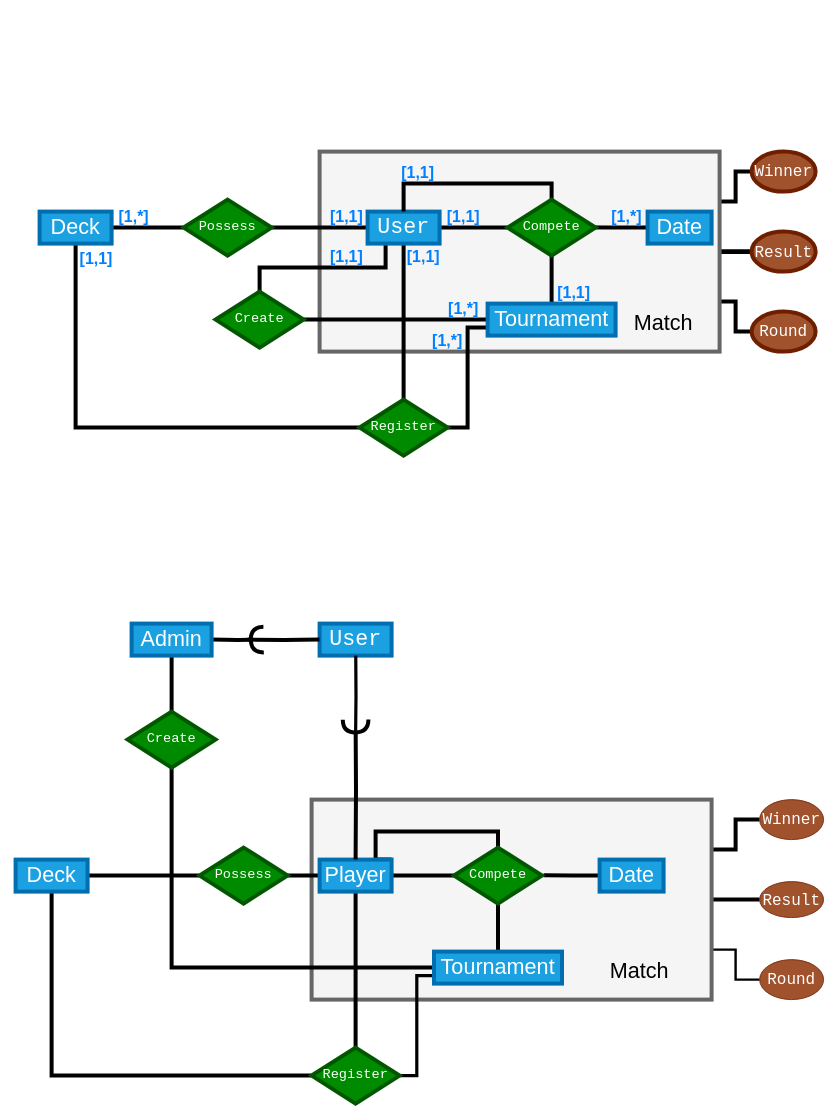
Earlier version of the draw.io diagram img/Diagrama sin título.drawio (davidalba2001/Numeric-Methods). Source tidied: cells renumbered, new cells numbered last; positions are measured from the earlier drawing's top-left corner, leaving out a move shared by most shapes. Both pictures are drawn from the tidied source at 80%, with x=0, y=0 at pixel (15, 151).
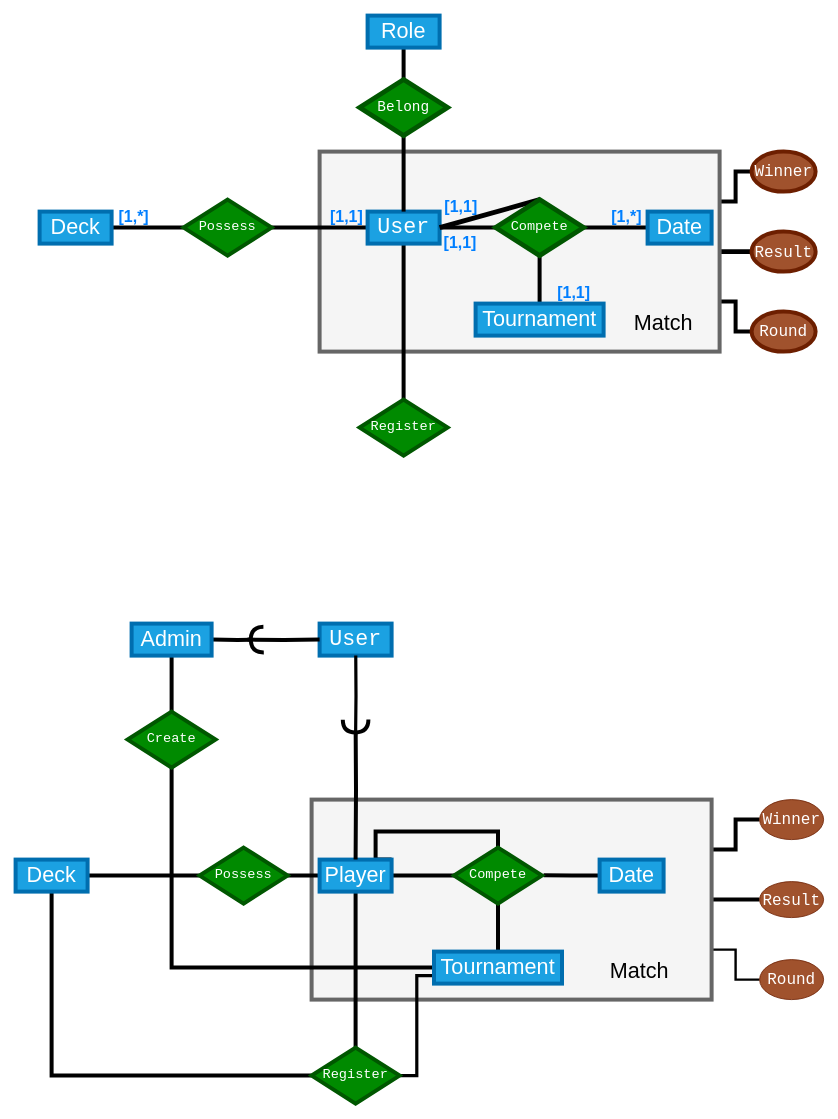
Above is the later version.

Unchanged cells that the change refers to:
```xml
<mxCell id="8" value="&lt;font style=&quot;font-size: 27px;&quot;&gt;Deck&lt;/font&gt;" style="rounded=0;whiteSpace=wrap;html=1;fillColor=#1ba1e2;strokeColor=#006EAF;fontColor=#ffffff;strokeWidth=5;" parent="1" vertex="1">
  <mxGeometry x="30" y="75" width="90" height="40" as="geometry" />
</mxCell>
<mxCell id="17" value="&lt;pre dir=&quot;ltr&quot; style=&quot;text-align: left; line-height: 100%; font-size: 27px;&quot; id=&quot;tw-target-text&quot; class=&quot;tw-data-text tw-text-large tw-ta&quot;&gt;&lt;font style=&quot;font-size: 27px;&quot;&gt;User&lt;/font&gt;&lt;/pre&gt;" style="rounded=0;whiteSpace=wrap;html=1;fillColor=#1ba1e2;strokeColor=#006EAF;fontColor=#ffffff;strokeWidth=5;" parent="1" vertex="1">
  <mxGeometry x="440" y="75" width="90" height="40" as="geometry" />
</mxCell>
<mxCell id="20" value="&lt;font style=&quot;font-size: 27px;&quot;&gt;Date&lt;/font&gt;" style="rounded=0;whiteSpace=wrap;html=1;fillColor=#1ba1e2;strokeColor=#006EAF;fontColor=#ffffff;perimeterSpacing=0;strokeWidth=5;" parent="1" vertex="1">
  <mxGeometry x="790" y="75" width="80" height="40" as="geometry" />
</mxCell>
<mxCell id="28" value="&lt;pre dir=&quot;ltr&quot; style=&quot;text-align: left; font-size: 17px;&quot; id=&quot;tw-target-text&quot; class=&quot;tw-data-text tw-text-large tw-ta&quot;&gt;Register&lt;/pre&gt;" style="rhombus;whiteSpace=wrap;html=1;fillColor=#008a00;fontColor=#ffffff;strokeColor=#005700;strokeWidth=5;" parent="1" vertex="1">
  <mxGeometry x="430" y="310" width="110" height="70" as="geometry" />
</mxCell>
```

Change to the diagram source:
```diff
@@
-    <mxCell id="7" style="edgeStyle=orthogonalEdgeStyle;rounded=0;jettySize=auto;html=1;exitX=0.5;exitY=1;exitDx=0;exitDy=0;entryX=0;entryY=0.5;entryDx=0;entryDy=0;strokeWidth=5;endArrow=none;endFill=0;" parent="1" edge="1" source="8" target="28">
-      <mxGeometry relative="1" as="geometry" />
-    </mxCell>
@@
-    <mxCell id="9" style="edgeStyle=orthogonalEdgeStyle;rounded=0;jettySize=auto;html=1;exitX=0.5;exitY=0;exitDx=0;exitDy=0;entryX=0.5;entryY=1;entryDx=0;entryDy=0;strokeWidth=5;endArrow=none;endFill=0;" parent="1" edge="1" source="12" target="23">
+    <mxCell id="9" style="edgeStyle=orthogonalEdgeStyle;rounded=0;jettySize=auto;html=1;endArrow=none;endFill=0;strokeWidth=5;" parent="1" edge="1" source="12" target="23">
       <mxGeometry relative="1" as="geometry" />
     </mxCell>
-    <mxCell id="10" style="edgeStyle=orthogonalEdgeStyle;rounded=0;jettySize=auto;html=1;exitX=0;exitY=0.75;exitDx=0;exitDy=0;entryX=1;entryY=0.5;entryDx=0;entryDy=0;strokeWidth=5;endArrow=none;endFill=0;" parent="1" edge="1" source="12" target="28">
-      <mxGeometry relative="1" as="geometry" />
-    </mxCell>
-    <mxCell id="11" style="edgeStyle=orthogonalEdgeStyle;rounded=0;jettySize=auto;html=1;exitX=0;exitY=0.5;exitDx=0;exitDy=0;entryX=1;entryY=0.5;entryDx=0;entryDy=0;strokeWidth=5;endArrow=none;endFill=0;" parent="1" edge="1" source="12" target="29">
-      <mxGeometry relative="1" as="geometry" />
-    </mxCell>
     <mxCell id="12" value="&lt;font style=&quot;font-size: 27px;&quot;&gt;Tournament&lt;/font&gt;" style="rounded=0;whiteSpace=wrap;html=1;fillColor=#1ba1e2;strokeColor=#006EAF;fontColor=#ffffff;strokeWidth=5;" parent="1" vertex="1">
-      <mxGeometry x="590" y="190" width="160" height="40" as="geometry" />
+      <mxGeometry x="575" y="190" width="160" height="40" as="geometry" />
     </mxCell>
-    <mxCell id="13" style="edgeStyle=orthogonalEdgeStyle;rounded=0;jettySize=auto;html=1;entryX=0;entryY=0.5;entryDx=0;entryDy=0;strokeWidth=5;endArrow=none;endFill=0;" parent="1" edge="1" source="17" target="23">
-      <mxGeometry relative="1" as="geometry" />
-    </mxCell>
@@
-    <mxCell id="16" style="edgeStyle=orthogonalEdgeStyle;rounded=0;jettySize=auto;html=1;exitX=0.25;exitY=1;exitDx=0;exitDy=0;entryX=0.5;entryY=0;entryDx=0;entryDy=0;strokeWidth=5;endArrow=none;endFill=0;" parent="1" edge="1" source="17" target="29">
-      <mxGeometry relative="1" as="geometry" />
-    </mxCell>
+    <mxCell id="81" style="edgeStyle=orthogonalEdgeStyle;rounded=0;jettySize=auto;html=1;endArrow=none;endFill=0;strokeWidth=5;" parent="1" edge="1" source="17">
+      <mxGeometry relative="1" as="geometry">
+        <mxPoint x="600" y="95" as="targetPoint" />
+      </mxGeometry>
+    </mxCell>
@@
-    <mxCell id="18" style="edgeStyle=orthogonalEdgeStyle;rounded=0;jettySize=auto;html=1;exitX=0;exitY=0.5;exitDx=0;exitDy=0;" parent="1" edge="1" source="20">
-      <mxGeometry relative="1" as="geometry">
-        <mxPoint x="670" y="95.1" as="targetPoint" />
-      </mxGeometry>
-    </mxCell>
-    <mxCell id="19" style="edgeStyle=orthogonalEdgeStyle;rounded=0;jettySize=auto;html=1;exitX=0;exitY=0.5;exitDx=0;exitDy=0;endArrow=none;endFill=0;strokeWidth=5;" parent="1" edge="1" source="20">
-      <mxGeometry relative="1" as="geometry">
-        <mxPoint x="690" y="94.7" as="targetPoint" />
-      </mxGeometry>
-    </mxCell>
+    <mxCell id="82" style="edgeStyle=orthogonalEdgeStyle;rounded=0;jettySize=auto;html=1;entryX=1;entryY=0.5;entryDx=0;entryDy=0;endArrow=none;endFill=0;strokeWidth=5;" parent="1" edge="1" source="20">
+      <mxGeometry relative="1" as="geometry">
+        <mxPoint x="710" y="95" as="targetPoint" />
+      </mxGeometry>
+    </mxCell>
@@
-    <mxCell id="21" style="edgeStyle=orthogonalEdgeStyle;rounded=0;orthogonalLoop=1;jettySize=auto;html=1;exitX=1;exitY=0.5;exitDx=0;exitDy=0;entryX=1;entryY=0.5;entryDx=0;entryDy=0;" parent="1" edge="1" source="23" target="23">
-      <mxGeometry relative="1" as="geometry" />
+    <mxCell id="21" style="edgeStyle=orthogonalEdgeStyle;rounded=0;orthogonalLoop=1;jettySize=auto;html=1;exitX=1;exitY=0.5;exitDx=0;exitDy=0;entryX=1;entryY=0.5;entryDx=0;entryDy=0;" parent="1" edge="1">
+      <mxGeometry relative="1" as="geometry">
+        <mxPoint x="725" y="95" as="sourcePoint" />
+        <mxPoint x="725" y="95" as="targetPoint" />
+      </mxGeometry>
     </mxCell>
-    <mxCell id="22" style="edgeStyle=orthogonalEdgeStyle;rounded=0;jettySize=auto;html=1;exitX=0.5;exitY=0;exitDx=0;exitDy=0;entryX=0.5;entryY=0;entryDx=0;entryDy=0;strokeWidth=5;endArrow=none;endFill=0;" parent="1" edge="1" source="23" target="17">
-      <mxGeometry relative="1" as="geometry" />
-    </mxCell>
-    <mxCell id="23" value="&lt;pre dir=&quot;ltr&quot; style=&quot;text-align:left&quot; id=&quot;tw-target-text&quot; class=&quot;tw-data-text tw-text-large tw-ta&quot;&gt;&lt;span style=&quot;font-size: 17px;&quot; lang=&quot;en&quot; class=&quot;Y2IQFc&quot;&gt;Compete&lt;/span&gt;&lt;/pre&gt;" style="rhombus;whiteSpace=wrap;html=1;fillColor=#008a00;fontColor=#ffffff;strokeColor=#005700;strokeWidth=5;" parent="1" vertex="1">
-      <mxGeometry x="615" y="60" width="110" height="70" as="geometry" />
-    </mxCell>
-    <mxCell id="24" style="edgeStyle=orthogonalEdgeStyle;rounded=0;orthogonalLoop=1;jettySize=auto;html=1;exitX=0.5;exitY=1;exitDx=0;exitDy=0;" parent="1" edge="1" source="23" target="23">
-      <mxGeometry relative="1" as="geometry" />
+    <mxCell id="24" style="edgeStyle=orthogonalEdgeStyle;rounded=0;orthogonalLoop=1;jettySize=auto;html=1;exitX=0.5;exitY=1;exitDx=0;exitDy=0;" parent="1" edge="1">
+      <mxGeometry relative="1" as="geometry">
+        <mxPoint x="670" y="130" as="sourcePoint" />
+        <mxPoint x="670" y="130" as="targetPoint" />
+      </mxGeometry>
     </mxCell>
@@
-    <mxCell id="29" value="&lt;pre dir=&quot;ltr&quot; style=&quot;text-align: left; font-size: 17px;&quot; id=&quot;tw-target-text&quot; class=&quot;tw-data-text tw-text-large tw-ta&quot;&gt;&lt;span lang=&quot;en&quot; class=&quot;Y2IQFc&quot; style=&quot;font-size: 17px;&quot;&gt;Create&lt;/span&gt;&lt;/pre&gt;" style="rhombus;whiteSpace=wrap;html=1;fontSize=17;fillColor=#008a00;fontColor=#ffffff;strokeColor=#005700;strokeWidth=5;" parent="1" vertex="1">
-      <mxGeometry x="250" y="175" width="110" height="70" as="geometry" />
-    </mxCell>
@@
     <mxCell id="72" value="&lt;b&gt;&lt;font color=&quot;#007fff&quot; style=&quot;font-size: 20px;&quot;&gt;[1,1]&lt;/font&gt;&lt;/b&gt;" style="text;html=1;strokeColor=none;fillColor=none;align=center;verticalAlign=middle;whiteSpace=wrap;rounded=0;" parent="1" vertex="1">
-      <mxGeometry x="540" y="70" width="40" height="20" as="geometry" />
+      <mxGeometry x="536" y="103" width="40" height="20" as="geometry" />
     </mxCell>
     <mxCell id="73" value="&lt;b&gt;&lt;font color=&quot;#007fff&quot; style=&quot;font-size: 20px;&quot;&gt;[1,1]&lt;/font&gt;&lt;/b&gt;" style="text;html=1;strokeColor=none;fillColor=none;align=center;verticalAlign=middle;whiteSpace=wrap;rounded=0;" parent="1" vertex="1">
-      <mxGeometry x="483" y="15" width="40" height="20" as="geometry" />
+      <mxGeometry x="537" y="58" width="40" height="20" as="geometry" />
     </mxCell>
@@
-    <mxCell id="75" value="&lt;b&gt;&lt;font color=&quot;#007fff&quot; style=&quot;font-size: 20px;&quot;&gt;[1,*]&lt;/font&gt;&lt;/b&gt;" style="text;html=1;strokeColor=none;fillColor=none;align=center;verticalAlign=middle;whiteSpace=wrap;rounded=0;" parent="1" vertex="1">
-      <mxGeometry x="520" y="225" width="40" height="20" as="geometry" />
-    </mxCell>
@@
-    <mxCell id="77" value="&lt;b&gt;&lt;font color=&quot;#007fff&quot; style=&quot;font-size: 20px;&quot;&gt;[1,*]&lt;/font&gt;&lt;/b&gt;" style="text;html=1;strokeColor=none;fillColor=none;align=center;verticalAlign=middle;whiteSpace=wrap;rounded=0;" parent="1" vertex="1">
-      <mxGeometry x="540" y="185" width="40" height="20" as="geometry" />
-    </mxCell>
-    <mxCell id="78" value="&lt;b&gt;&lt;font color=&quot;#007fff&quot; style=&quot;font-size: 20px;&quot;&gt;[1,1]&lt;/font&gt;&lt;/b&gt;" style="text;html=1;strokeColor=none;fillColor=none;align=center;verticalAlign=middle;whiteSpace=wrap;rounded=0;" parent="1" vertex="1">
-      <mxGeometry x="394" y="120" width="40" height="20" as="geometry" />
-    </mxCell>
-    <mxCell id="79" value="&lt;b&gt;&lt;font color=&quot;#007fff&quot; style=&quot;font-size: 20px;&quot;&gt;[1,1]&lt;/font&gt;&lt;/b&gt;" style="text;html=1;strokeColor=none;fillColor=none;align=center;verticalAlign=middle;whiteSpace=wrap;rounded=0;" parent="1" vertex="1">
-      <mxGeometry x="81" y="123" width="40" height="20" as="geometry" />
-    </mxCell>
-    <mxCell id="80" value="&lt;b&gt;&lt;font color=&quot;#007fff&quot; style=&quot;font-size: 20px;&quot;&gt;[1,1]&lt;/font&gt;&lt;/b&gt;" style="text;html=1;strokeColor=none;fillColor=none;align=center;verticalAlign=middle;whiteSpace=wrap;rounded=0;" parent="1" vertex="1">
-      <mxGeometry x="490" y="120" width="40" height="20" as="geometry" />
-    </mxCell>
+    <mxCell id="83" style="endArrow=none;html=1;rounded=0;entryX=0.5;entryY=0;entryDx=0;entryDy=0;exitX=1;exitY=0.5;exitDx=0;exitDy=0;targetPerimeterSpacing=1;strokeWidth=6;endSize=5;" parent="1" edge="1" source="17">
+      <mxGeometry relative="1" as="geometry">
+        <mxPoint x="655" y="60" as="targetPoint" />
+      </mxGeometry>
+    </mxCell>
+    <mxCell id="23" value="&lt;pre dir=&quot;ltr&quot; style=&quot;text-align:left&quot; id=&quot;tw-target-text&quot; class=&quot;tw-data-text tw-text-large tw-ta&quot;&gt;&lt;span style=&quot;font-size: 17px;&quot; lang=&quot;en&quot; class=&quot;Y2IQFc&quot;&gt;Compete&lt;/span&gt;&lt;/pre&gt;" style="rhombus;whiteSpace=wrap;html=1;fillColor=#008a00;fontColor=#ffffff;strokeColor=#005700;strokeWidth=6;" parent="1" vertex="1">
+      <mxGeometry x="600" y="60" width="110" height="70" as="geometry" />
+    </mxCell>
+    <mxCell id="84" style="edgeStyle=orthogonalEdgeStyle;rounded=0;jettySize=auto;html=1;endSize=10;endArrow=none;endFill=0;strokeWidth=5;" parent="1" edge="1" source="85" target="87">
+      <mxGeometry relative="1" as="geometry" />
+    </mxCell>
+    <mxCell id="85" value="&lt;font style=&quot;font-size: 27px;&quot;&gt;Role&lt;/font&gt;" style="rounded=0;whiteSpace=wrap;html=1;fillColor=#1ba1e2;strokeColor=#006EAF;fontColor=#ffffff;strokeWidth=5;" parent="1" vertex="1">
+      <mxGeometry x="440" y="-170" width="90" height="40" as="geometry" />
+    </mxCell>
+    <mxCell id="86" style="edgeStyle=orthogonalEdgeStyle;rounded=0;jettySize=auto;html=1;strokeWidth=5;endArrow=none;endFill=0;" parent="1" edge="1" source="87" target="17">
+      <mxGeometry relative="1" as="geometry" />
+    </mxCell>
+    <mxCell id="87" value="&lt;pre dir=&quot;ltr&quot; style=&quot;text-align:left&quot; id=&quot;tw-target-text&quot; class=&quot;tw-data-text tw-text-large tw-ta&quot;&gt;&lt;font style=&quot;font-size: 18px;&quot;&gt;Belong&lt;/font&gt;&lt;/pre&gt;" style="rhombus;whiteSpace=wrap;html=1;fillColor=#008a00;fontColor=#ffffff;strokeColor=#005700;strokeWidth=6;" parent="1" vertex="1">
+      <mxGeometry x="430" y="-90" width="110" height="70" as="geometry" />
+    </mxCell>
```
